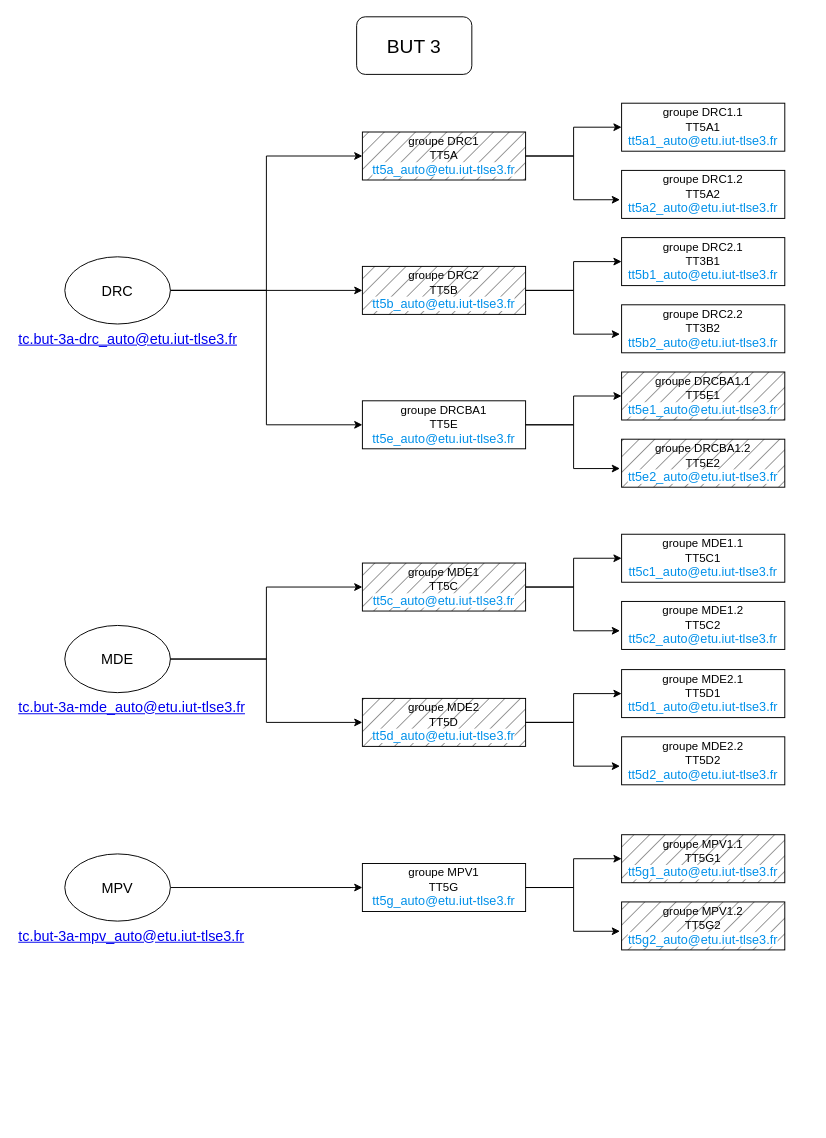
gI7DUmmY/diagrams keeps this draw.io diagram as BUT3.drawio. Above is the earlier version. Source tidied: cells renumbered, new cells numbered last; positions are measured from the earlier drawing's top-left corner, leaving out a move shared by most shapes. Both pictures are drawn from the tidied source at 96%, with x=0, y=0 at pixel (16, 16).
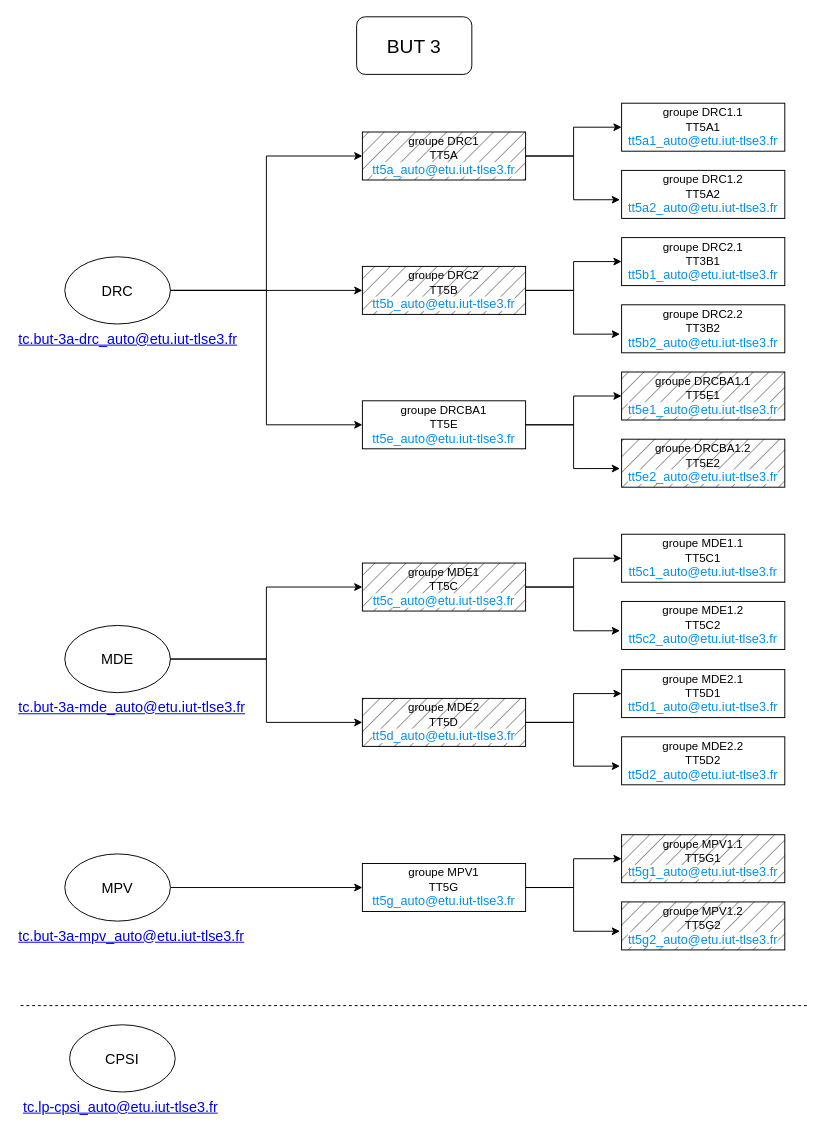
After the change.

Commit message (it also covers changes not shown here):
Mettre à jour BUT3.drawio

What changed in the source:
```diff
@@
+    <mxCell id="45" style="endArrow=none;dashed=1;html=1;rounded=0;" parent="1" edge="1">
+      <mxGeometry relative="1" as="geometry">
+        <mxPoint x="4" y="1030" as="sourcePoint" />
+        <mxPoint x="824" y="1030" as="targetPoint" />
+      </mxGeometry>
+    </mxCell>
+    <mxCell id="46" value="CPSI" style="ellipse;whiteSpace=wrap;html=1;fontSize=15;" parent="1" vertex="1">
+      <mxGeometry x="55" y="1050" width="110" height="70" as="geometry" />
+    </mxCell>
+    <mxCell id="47" value="&lt;a href=&quot;mailto:tc.lp-cpsi_auto@etu.iut-tlse3.fr&quot;&gt;tc.lp-cpsi_auto@etu.iut-tlse3.fr&lt;/a&gt;" style="text;html=1;strokeColor=none;fillColor=none;align=left;verticalAlign=middle;whiteSpace=wrap;rounded=0;fontSize=15;fontColor=#055AB2;" parent="1" vertex="1">
+      <mxGeometry x="5" y="1120" width="210" height="30" as="geometry" />
+    </mxCell>
```
